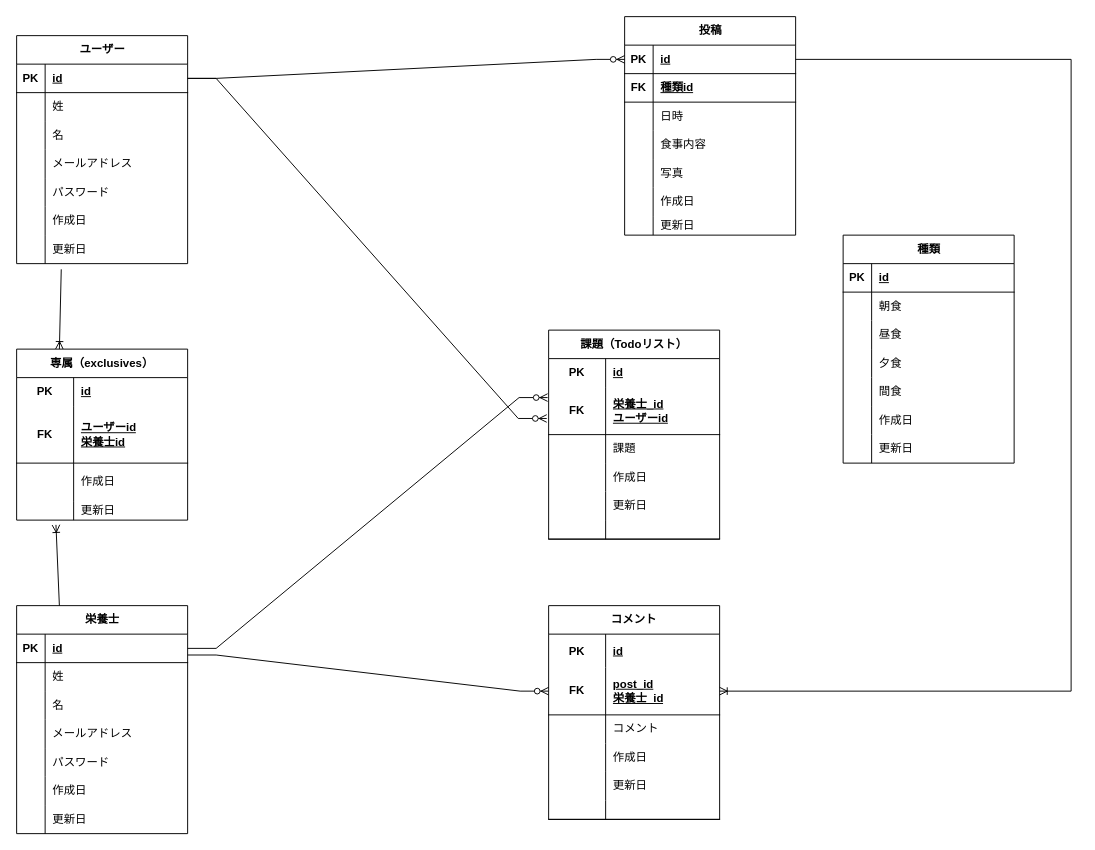
vermouthA28/-Meal_guidance_todo keeps this draw.io diagram as page "Page-1" (1 of 6) of 名称未設定ファイル.drawio. Above is the earlier version. Source tidied: cells renumbered, new cells numbered last; positions are measured from the earlier drawing's top-left corner, leaving out a move shared by most shapes. Both pictures are drawn from the tidied source at 95%, with x=0, y=0 at pixel (16, 16).
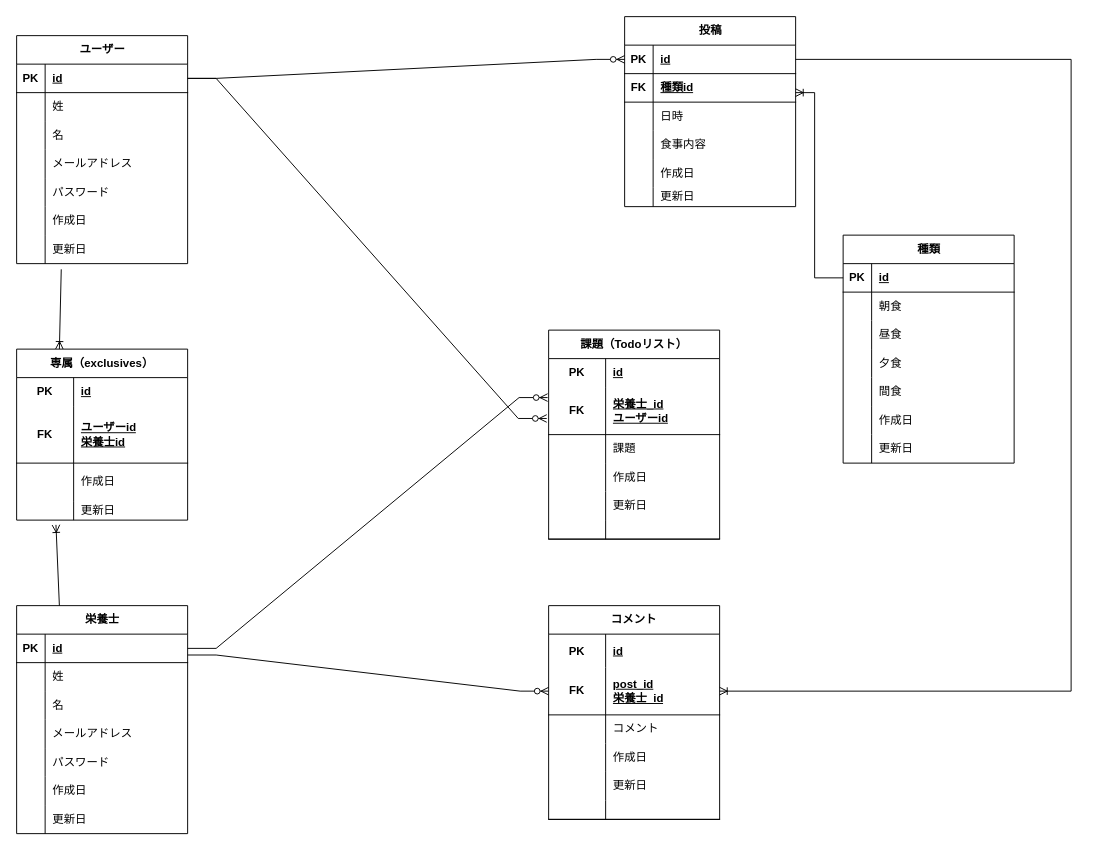
The same diagram, later.

Commit message:
名称未設定ファイル.drawio を更新します

Unchanged cells that the change refers to:
```xml
<mxCell id="126" value="種類" style="shape=table;startSize=30;childLayout=tableLayout;rowLines=0;fontStyle=1;align=center;html=1;" parent="1" vertex="1">
  <mxGeometry x="870" y="230" width="180" height="240" as="geometry" />
</mxCell>
<mxCell id="127" style="shape=tableRow;horizontal=0;startSize=0;swimlaneHead=0;swimlaneBody=0;fillColor=none;points=[[0,0.5],[1,0.5]];portConstraint=eastwest;top=0;left=0;right=0;bottom=1;" parent="126" vertex="1">
  <mxGeometry y="30" width="180" height="30" as="geometry" />
</mxCell>
```

What changed in the source:
```diff
@@
     <mxCell id="25" value="投稿" style="shape=table;startSize=30;childLayout=tableLayout;rowLines=0;fontStyle=1;align=center;html=1;" parent="1" vertex="1">
-      <mxGeometry x="640" width="180" height="230" as="geometry" />
+      <mxGeometry x="640" width="180" height="200" as="geometry" />
     </mxCell>
@@
-    <mxCell id="38" style="shape=tableRow;horizontal=0;startSize=0;swimlaneHead=0;swimlaneBody=0;fillColor=none;top=0;left=0;right=0;bottom=0;" parent="25" vertex="1">
-      <mxGeometry y="150" width="180" height="30" as="geometry" />
-    </mxCell>
-    <mxCell id="39" style="shape=partialRectangle;fillColor=none;top=0;left=0;bottom=0;right=0;overflow=hidden;whiteSpace=wrap;html=1;" parent="38" vertex="1">
-      <mxGeometry width="30" height="30" as="geometry" />
-    </mxCell>
-    <mxCell id="40" value="写真" style="shape=partialRectangle;fillColor=none;top=0;left=0;bottom=0;right=0;align=left;spacingLeft=6;overflow=hidden;whiteSpace=wrap;html=1;" parent="38" vertex="1">
-      <mxGeometry x="30" width="150" height="30" as="geometry" />
-    </mxCell>
     <mxCell id="41" style="shape=tableRow;horizontal=0;startSize=0;swimlaneHead=0;swimlaneBody=0;fillColor=none;top=0;left=0;right=0;bottom=0;" parent="25" vertex="1">
-      <mxGeometry y="180" width="180" height="30" as="geometry" />
+      <mxGeometry y="150" width="180" height="30" as="geometry" />
     </mxCell>
@@
     <mxCell id="44" style="shape=tableRow;horizontal=0;startSize=0;swimlaneHead=0;swimlaneBody=0;fillColor=none;top=0;left=0;right=0;bottom=0;" parent="25" vertex="1">
-      <mxGeometry y="210" width="180" height="20" as="geometry" />
+      <mxGeometry y="180" width="180" height="20" as="geometry" />
     </mxCell>
@@
+    <mxCell id="148" style="edgeStyle=elbowEdgeStyle;fontSize=12;html=1;endArrow=ERoneToMany;rounded=0;labelBackgroundColor=default;strokeColor=default;align=center;verticalAlign=middle;fontFamily=Helvetica;fontColor=default;shape=connector;exitX=0;exitY=0.5;exitDx=0;exitDy=0;entryX=0;entryY=0.5;entryDx=0;entryDy=0;" parent="126" edge="1" source="127">
+      <mxGeometry relative="1" as="geometry">
+        <mxPoint x="-50" y="-150" as="targetPoint" />
+        <Array as="points">
+          <mxPoint x="-30" y="-40" />
+          <mxPoint x="100" y="155" />
+          <mxPoint x="-30" y="160" />
+        </Array>
+      </mxGeometry>
+    </mxCell>
```
